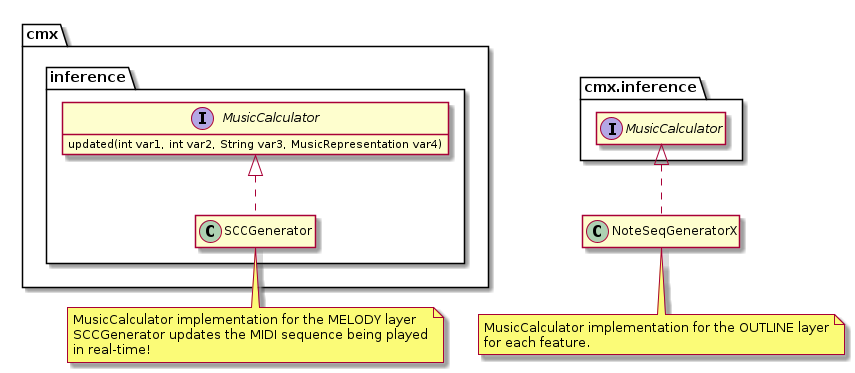
Above: diagrams/test2.png in fujiij/plantuml (PlantUML), before the change.
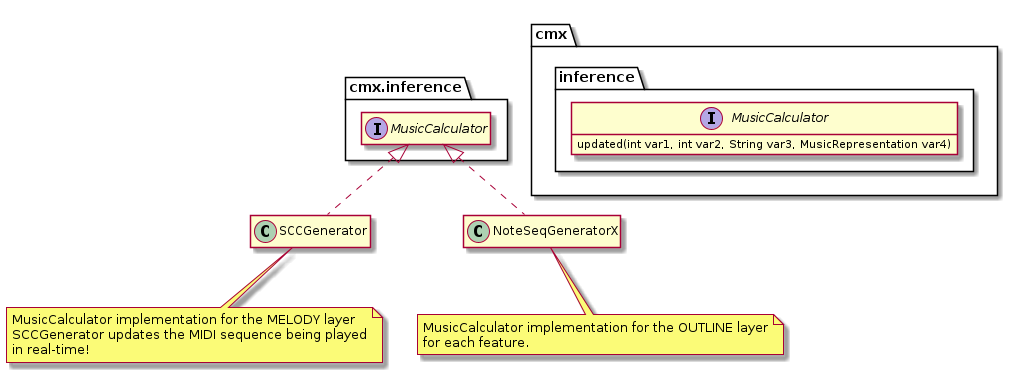
Later version of the same file.

Commit message:
Auto-generate PlantUML diagrams

The edit, as a diff of the source:
```diff
@@ -6,10 +6,10 @@
         interface MusicCalculator {
             updated(int var1, int var2, String var3, MusicRepresentation var4)
         }
-        class SCCGenerator implements MusicCalculator
     }
 }
 
+class SCCGenerator implements cmx.inference.MusicCalculator
 note bottom of SCCGenerator
     MusicCalculator implementation for the MELODY layer
     SCCGenerator updates the MIDI sequence being played
```
